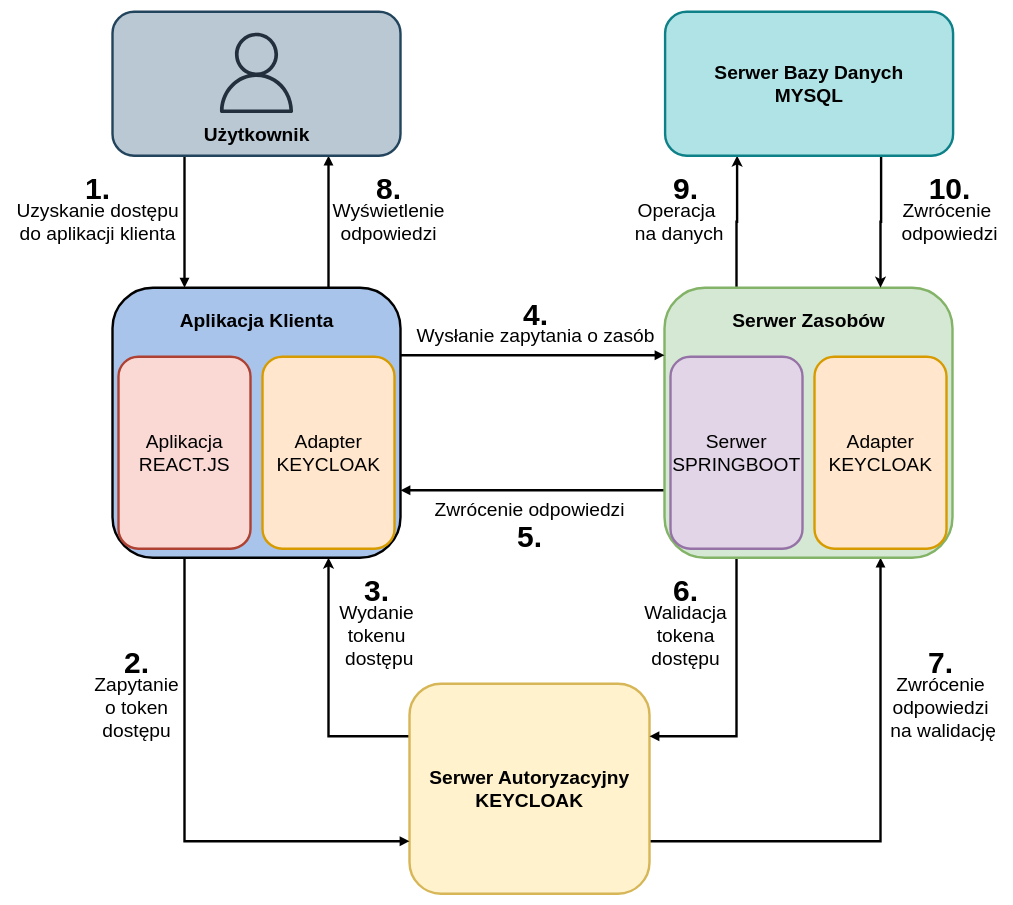
piskorr/fitstat keeps this draw.io diagram as diagram_komponentów.drawio. Above is the earlier version. Source tidied: cells renumbered, new cells numbered last; positions are measured from the earlier drawing's top-left corner, leaving out a move shared by most shapes. Both pictures are drawn from the tidied source at 60%, with x=0, y=0 at pixel (10, 11).
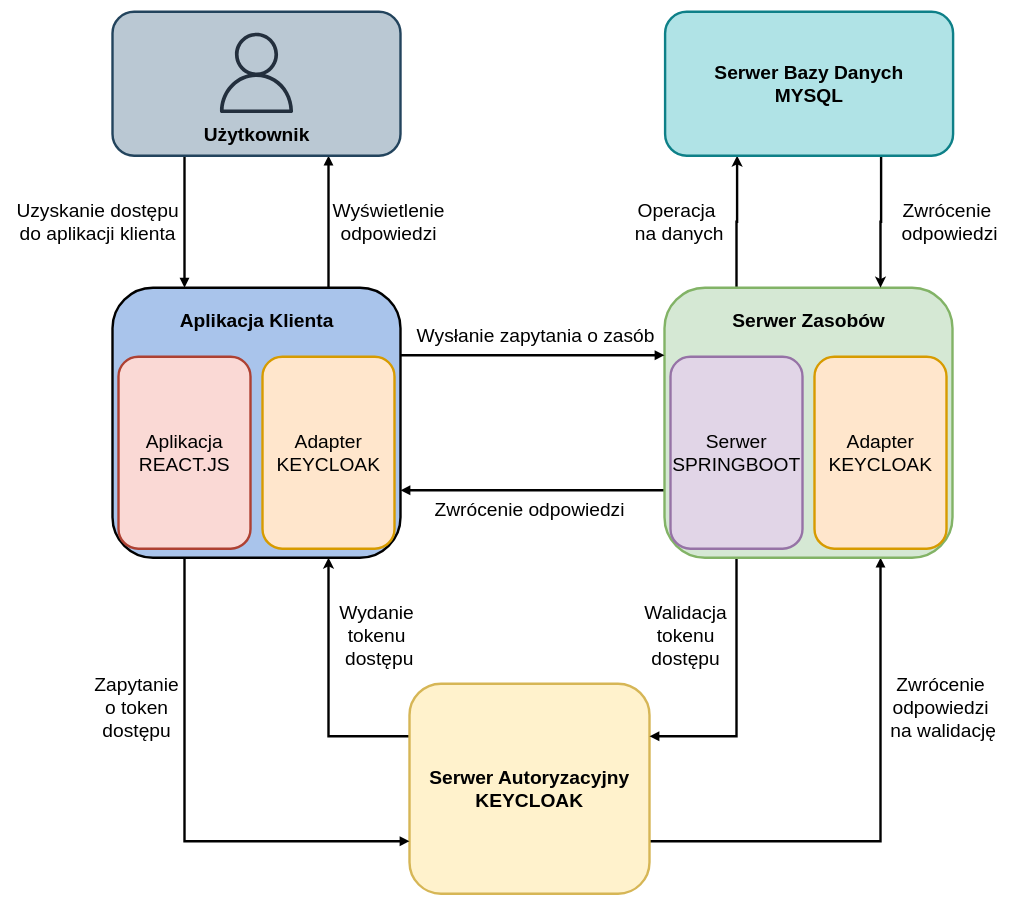
The same page after the edit.

What changed in the source:
```diff
@@
-    <mxCell id="16" value="Walidacja &lt;br style=&quot;font-size: 32px;&quot;&gt;tokena &lt;br style=&quot;font-size: 32px;&quot;&gt;dostępu" style="text;html=1;align=center;verticalAlign=middle;strokeColor=none;fillColor=none;fontSize=32;fontColor=#000000;strokeWidth=4;" parent="1" vertex="1">
+    <mxCell id="16" value="Walidacja &lt;br style=&quot;font-size: 32px&quot;&gt;tokenu&lt;br style=&quot;font-size: 32px&quot;&gt;dostępu" style="text;html=1;align=center;verticalAlign=middle;strokeColor=none;fillColor=none;fontSize=32;fontColor=#000000;strokeWidth=4;" parent="1" vertex="1">
       <mxGeometry x="1050" y="980" width="150" height="120" as="geometry" />
     </mxCell>
@@
-    <mxCell id="31" value="&lt;b&gt;&lt;font face=&quot;Helvetica&quot; style=&quot;font-size: 50px&quot;&gt;8.&lt;/font&gt;&lt;/b&gt;" style="text;html=1;align=center;verticalAlign=middle;strokeColor=none;fillColor=none;fontSize=32;fontFamily=Times New Roman;strokeWidth=4;" parent="1" vertex="1">
-      <mxGeometry x="600" y="270" width="60" height="50" as="geometry" />
-    </mxCell>
-    <mxCell id="32" value="&lt;b&gt;&lt;font face=&quot;Helvetica&quot; style=&quot;font-size: 50px&quot;&gt;1.&lt;/font&gt;&lt;/b&gt;" style="text;html=1;align=center;verticalAlign=middle;strokeColor=none;fillColor=none;fontSize=32;fontFamily=Times New Roman;strokeWidth=4;" parent="1" vertex="1">
-      <mxGeometry x="115" y="270" width="60" height="50" as="geometry" />
-    </mxCell>
-    <mxCell id="33" value="&lt;b&gt;&lt;font face=&quot;Helvetica&quot; style=&quot;font-size: 50px&quot;&gt;2.&lt;/font&gt;&lt;/b&gt;" style="text;html=1;align=center;verticalAlign=middle;strokeColor=none;fillColor=none;fontSize=32;fontFamily=Times New Roman;strokeWidth=4;" parent="1" vertex="1">
-      <mxGeometry x="180" y="1060" width="60" height="50" as="geometry" />
-    </mxCell>
-    <mxCell id="34" value="&lt;b&gt;&lt;font face=&quot;Helvetica&quot; style=&quot;font-size: 50px&quot;&gt;3.&lt;/font&gt;&lt;/b&gt;" style="text;html=1;align=center;verticalAlign=middle;strokeColor=none;fillColor=none;fontSize=32;fontFamily=Times New Roman;strokeWidth=4;" parent="1" vertex="1">
-      <mxGeometry x="580" y="940" width="60" height="50" as="geometry" />
-    </mxCell>
-    <mxCell id="35" value="&lt;b&gt;&lt;font face=&quot;Helvetica&quot; style=&quot;font-size: 50px&quot;&gt;5.&lt;/font&gt;&lt;/b&gt;" style="text;html=1;align=center;verticalAlign=middle;strokeColor=none;fillColor=none;fontSize=32;fontFamily=Times New Roman;strokeWidth=4;" parent="1" vertex="1">
-      <mxGeometry x="835" y="850" width="60" height="50" as="geometry" />
-    </mxCell>
-    <mxCell id="36" value="&lt;b&gt;&lt;font face=&quot;Helvetica&quot; style=&quot;font-size: 50px&quot;&gt;6.&lt;/font&gt;&lt;/b&gt;" style="text;html=1;align=center;verticalAlign=middle;strokeColor=none;fillColor=none;fontSize=32;fontFamily=Times New Roman;strokeWidth=4;" parent="1" vertex="1">
-      <mxGeometry x="1095" y="940" width="60" height="50" as="geometry" />
-    </mxCell>
-    <mxCell id="37" value="&lt;b&gt;&lt;font face=&quot;Helvetica&quot; style=&quot;font-size: 50px&quot;&gt;4.&lt;/font&gt;&lt;/b&gt;" style="text;html=1;align=center;verticalAlign=middle;strokeColor=none;fillColor=none;fontSize=32;fontFamily=Times New Roman;strokeWidth=4;" parent="1" vertex="1">
-      <mxGeometry x="845" y="480" width="60" height="50" as="geometry" />
-    </mxCell>
-    <mxCell id="38" value="&lt;b&gt;&lt;font face=&quot;Helvetica&quot; style=&quot;font-size: 50px&quot;&gt;7.&lt;/font&gt;&lt;/b&gt;" style="text;html=1;align=center;verticalAlign=middle;strokeColor=none;fillColor=none;fontSize=32;fontFamily=Times New Roman;strokeWidth=4;" parent="1" vertex="1">
-      <mxGeometry x="1520" y="1060" width="60" height="50" as="geometry" />
-    </mxCell>
@@
-    <mxCell id="43" value="&lt;b&gt;&lt;font face=&quot;Helvetica&quot; style=&quot;font-size: 50px&quot;&gt;9.&lt;/font&gt;&lt;/b&gt;" style="text;html=1;align=center;verticalAlign=middle;strokeColor=none;fillColor=none;fontSize=32;fontFamily=Times New Roman;strokeWidth=4;" parent="1" vertex="1">
-      <mxGeometry x="1095" y="270" width="60" height="50" as="geometry" />
-    </mxCell>
-    <mxCell id="44" value="&lt;b&gt;&lt;font face=&quot;Helvetica&quot; style=&quot;font-size: 50px&quot;&gt;10.&lt;/font&gt;&lt;/b&gt;" style="text;html=1;align=center;verticalAlign=middle;strokeColor=none;fillColor=none;fontSize=32;fontFamily=Times New Roman;strokeWidth=4;" parent="1" vertex="1">
-      <mxGeometry x="1520" y="270" width="90" height="50" as="geometry" />
-    </mxCell>
```
